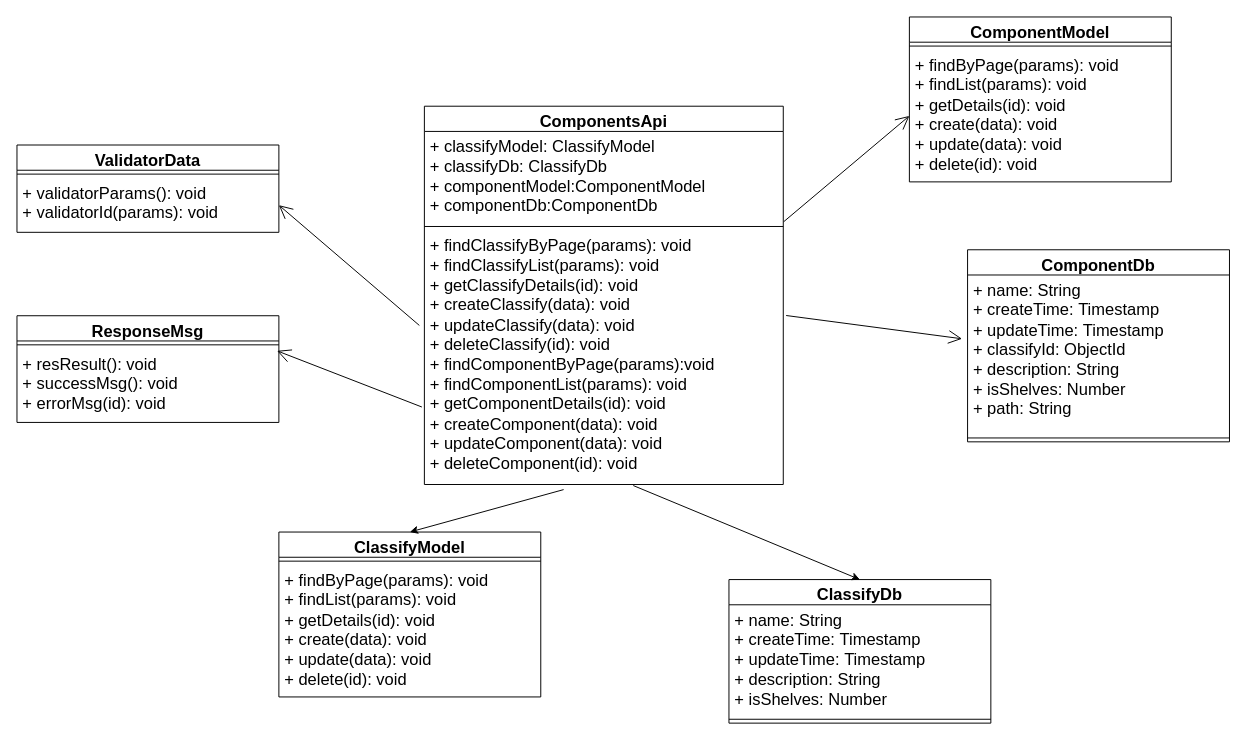
Before: 第五章/组件管理类图.drawio in yuxinyu12345/diagrams, a draw.io diagram. Source tidied: cells renumbered, new cells numbered last; positions are measured from the earlier drawing's top-left corner, leaving out a move shared by most shapes. Both pictures are drawn from the tidied source at 97%, with x=0, y=0 at pixel (16, 16).
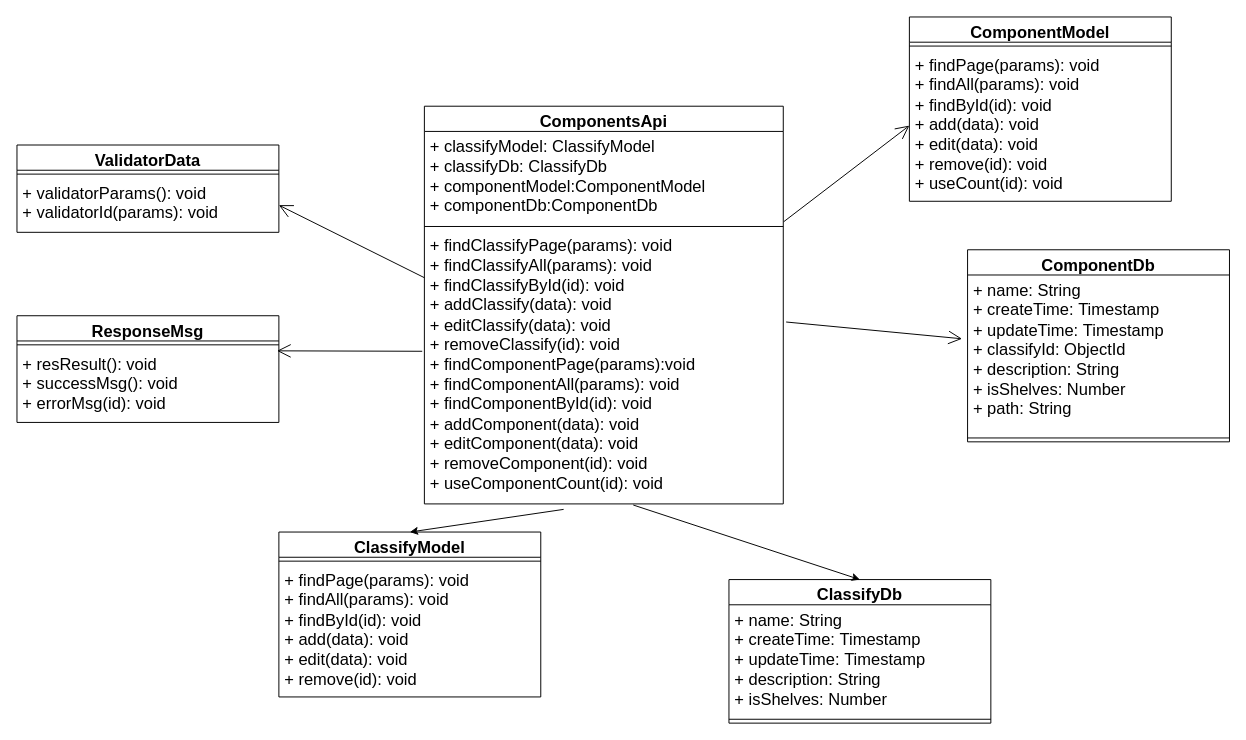
After the change.

Commit message:
更新组件管理类图.drawio

The change refers to these unchanged cells:
```xml
<mxCell id="16" value="+ resResult(): void&lt;br style=&quot;font-size: 17px;&quot;&gt;+ successMsg(): void&lt;br style=&quot;font-size: 17px;&quot;&gt;+ errorMsg(id): void" style="text;strokeColor=none;fillColor=none;align=left;verticalAlign=top;spacingLeft=4;spacingRight=4;overflow=hidden;points=[[0,0.5],[1,0.5]];portConstraint=eastwest;whiteSpace=wrap;html=1;fontSize=17;" parent="14" vertex="1">
  <mxGeometry y="34" width="270" height="76" as="geometry" />
</mxCell>
<mxCell id="19" value="+ validatorParams(): void&lt;br style=&quot;font-size: 17px;&quot;&gt;+ validatorId(params): void&lt;br style=&quot;font-size: 17px;&quot;&gt;" style="text;strokeColor=none;fillColor=none;align=left;verticalAlign=top;spacingLeft=4;spacingRight=4;overflow=hidden;points=[[0,0.5],[1,0.5]];portConstraint=eastwest;whiteSpace=wrap;html=1;fontSize=17;" parent="17" vertex="1">
  <mxGeometry y="34" width="270" height="56" as="geometry" />
</mxCell>
<mxCell id="22" value="ClassifyModel" style="swimlane;fontStyle=1;align=center;verticalAlign=top;horizontal=1;startSize=26;whiteSpace=wrap;html=1;fontSize=17;" parent="1" vertex="1">
  <mxGeometry x="270" y="531" width="270" height="170" as="geometry" />
</mxCell>
```

What changed in the source:
```diff
@@
     <mxCell id="2" value="ComponentsApi&lt;div style=&quot;font-size: 17px;&quot;&gt;&lt;br style=&quot;font-size: 17px;&quot;&gt;&lt;/div&gt;" style="swimlane;fontStyle=1;align=center;verticalAlign=top;horizontal=1;startSize=26;whiteSpace=wrap;html=1;fontSize=17;" parent="1" vertex="1">
-      <mxGeometry x="420" y="92" width="370" height="390" as="geometry" />
+      <mxGeometry x="420" y="92" width="370" height="410" as="geometry" />
     </mxCell>
@@
-    <mxCell id="5" value="+ findClassifyByPage(params): void&lt;br style=&quot;font-size: 17px;&quot;&gt;+ findClassifyList(params): void&lt;br style=&quot;font-size: 17px;&quot;&gt;+ getClassifyDetails(id): void&lt;br style=&quot;font-size: 17px;&quot;&gt;+ createClassify(data): void&lt;br style=&quot;font-size: 17px;&quot;&gt;+ updateClassify(data): void&lt;br style=&quot;font-size: 17px;&quot;&gt;+ deleteClassify(id): void&lt;br style=&quot;font-size: 17px;&quot;&gt;+ findComponentByPage(params):void&lt;br style=&quot;border-color: var(--border-color); font-size: 17px;&quot;&gt;+ findComponentList(params): void&lt;br style=&quot;border-color: var(--border-color); font-size: 17px;&quot;&gt;+ getComponentDetails(id): void&lt;br style=&quot;border-color: var(--border-color); font-size: 17px;&quot;&gt;+ createComponent(data): void&lt;br style=&quot;border-color: var(--border-color); font-size: 17px;&quot;&gt;+ updateComponent(data): void&lt;br style=&quot;border-color: var(--border-color); font-size: 17px;&quot;&gt;+ deleteComponent(id): void" style="text;strokeColor=none;fillColor=none;align=left;verticalAlign=top;spacingLeft=4;spacingRight=4;overflow=hidden;points=[[0,0.5],[1,0.5]];portConstraint=eastwest;whiteSpace=wrap;html=1;fontSize=17;" parent="2" vertex="1">
-      <mxGeometry y="128" width="370" height="262" as="geometry" />
+    <mxCell id="5" value="+ findClassifyPage(params): void&lt;br style=&quot;font-size: 17px;&quot;&gt;+ findClassifyAll(params): void&lt;br style=&quot;font-size: 17px;&quot;&gt;+ findClassifyById(id): void&lt;br style=&quot;font-size: 17px;&quot;&gt;+ addClassify(data): void&lt;br style=&quot;font-size: 17px;&quot;&gt;+ editClassify(data): void&lt;br style=&quot;font-size: 17px;&quot;&gt;+ removeClassify(id): void&lt;br style=&quot;font-size: 17px;&quot;&gt;+ findComponentPage(params):void&lt;br style=&quot;border-color: var(--border-color); font-size: 17px;&quot;&gt;+ findComponentAll(params): void&lt;br style=&quot;border-color: var(--border-color); font-size: 17px;&quot;&gt;+ findComponentById(id): void&lt;br style=&quot;border-color: var(--border-color); font-size: 17px;&quot;&gt;+ addComponent(data): void&lt;br style=&quot;border-color: var(--border-color); font-size: 17px;&quot;&gt;+ editComponent(data): void&lt;br style=&quot;border-color: var(--border-color); font-size: 17px;&quot;&gt;+ removeComponent(id): void&lt;div&gt;+ useComponentCount(id): void&lt;/div&gt;" style="text;strokeColor=none;fillColor=none;align=left;verticalAlign=top;spacingLeft=4;spacingRight=4;overflow=hidden;points=[[0,0.5],[1,0.5]];portConstraint=eastwest;whiteSpace=wrap;html=1;fontSize=17;" parent="2" vertex="1">
+      <mxGeometry y="128" width="370" height="282" as="geometry" />
     </mxCell>
     <mxCell id="6" value="ComponentModel" style="swimlane;fontStyle=1;align=center;verticalAlign=top;horizontal=1;startSize=26;whiteSpace=wrap;html=1;fontSize=17;" parent="1" vertex="1">
-      <mxGeometry x="920" width="270" height="170" as="geometry" />
+      <mxGeometry x="920" width="270" height="190" as="geometry" />
     </mxCell>
@@
-    <mxCell id="8" value="+ findByPage(params): void&lt;br style=&quot;font-size: 17px;&quot;&gt;+ findList(params): void&lt;br style=&quot;font-size: 17px;&quot;&gt;+ getDetails(id): void&lt;br style=&quot;font-size: 17px;&quot;&gt;+ create(data): void&lt;br style=&quot;font-size: 17px;&quot;&gt;+ update(data): void&lt;br style=&quot;font-size: 17px;&quot;&gt;+ delete(id): void" style="text;strokeColor=none;fillColor=none;align=left;verticalAlign=top;spacingLeft=4;spacingRight=4;overflow=hidden;points=[[0,0.5],[1,0.5]];portConstraint=eastwest;whiteSpace=wrap;html=1;fontSize=17;" parent="6" vertex="1">
-      <mxGeometry y="34" width="270" height="136" as="geometry" />
+    <mxCell id="8" value="+ findPage(params): void&lt;br style=&quot;font-size: 17px;&quot;&gt;+ findAll(params): void&lt;br style=&quot;font-size: 17px;&quot;&gt;+ findById(id): void&lt;br style=&quot;font-size: 17px;&quot;&gt;+ add(data): void&lt;br style=&quot;font-size: 17px;&quot;&gt;+ edit(data): void&lt;br style=&quot;font-size: 17px;&quot;&gt;+ remove(id): void&lt;div&gt;+ useCount(id): void&lt;/div&gt;" style="text;strokeColor=none;fillColor=none;align=left;verticalAlign=top;spacingLeft=4;spacingRight=4;overflow=hidden;points=[[0,0.5],[1,0.5]];portConstraint=eastwest;whiteSpace=wrap;html=1;fontSize=17;" parent="6" vertex="1">
+      <mxGeometry y="34" width="270" height="156" as="geometry" />
     </mxCell>
@@
-    <mxCell id="20" style="endArrow=open;endFill=1;endSize=12;html=1;rounded=0;entryX=1;entryY=0.5;entryDx=0;entryDy=0;exitX=-0.014;exitY=0.374;exitDx=0;exitDy=0;exitPerimeter=0;fontSize=17;" parent="1" edge="1" source="5" target="19">
+    <mxCell id="20" style="endArrow=open;endFill=1;endSize=12;html=1;rounded=0;entryX=1;entryY=0.5;entryDx=0;entryDy=0;fontSize=17;" parent="1" edge="1" source="5" target="19">
       <mxGeometry relative="1" as="geometry" />
     </mxCell>
-    <mxCell id="21" style="endArrow=open;endFill=1;endSize=12;html=1;rounded=0;entryX=0.993;entryY=0.029;entryDx=0;entryDy=0;entryPerimeter=0;exitX=-0.007;exitY=0.695;exitDx=0;exitDy=0;exitPerimeter=0;fontSize=17;" parent="1" edge="1" source="5" target="16">
+    <mxCell id="21" style="endArrow=open;endFill=1;endSize=12;html=1;rounded=0;entryX=0.993;entryY=0.029;entryDx=0;entryDy=0;entryPerimeter=0;exitX=-0.006;exitY=0.442;exitDx=0;exitDy=0;exitPerimeter=0;fontSize=17;" parent="1" edge="1" source="5" target="16">
       <mxGeometry relative="1" as="geometry" />
     </mxCell>
@@
-    <mxCell id="24" value="+ findByPage(params): void&lt;br style=&quot;font-size: 17px;&quot;&gt;+ findList(params): void&lt;br style=&quot;font-size: 17px;&quot;&gt;+ getDetails(id): void&lt;br style=&quot;font-size: 17px;&quot;&gt;+ create(data): void&lt;br style=&quot;font-size: 17px;&quot;&gt;+ update(data): void&lt;br style=&quot;font-size: 17px;&quot;&gt;+ delete(id): void" style="text;strokeColor=none;fillColor=none;align=left;verticalAlign=top;spacingLeft=4;spacingRight=4;overflow=hidden;whiteSpace=wrap;html=1;fontSize=17;" parent="22" vertex="1">
+    <mxCell id="24" value="+ findPage(params): void&lt;br&gt;+ findAll(params): void&lt;br&gt;+ findById(id): void&lt;br&gt;+ add(data): void&lt;br&gt;+ edit(data): void&lt;br&gt;+ remove(id): void" style="text;strokeColor=none;fillColor=none;align=left;verticalAlign=top;spacingLeft=4;spacingRight=4;overflow=hidden;whiteSpace=wrap;html=1;fontSize=17;" parent="22" vertex="1">
       <mxGeometry y="34" width="270" height="136" as="geometry" />
     </mxCell>
```
